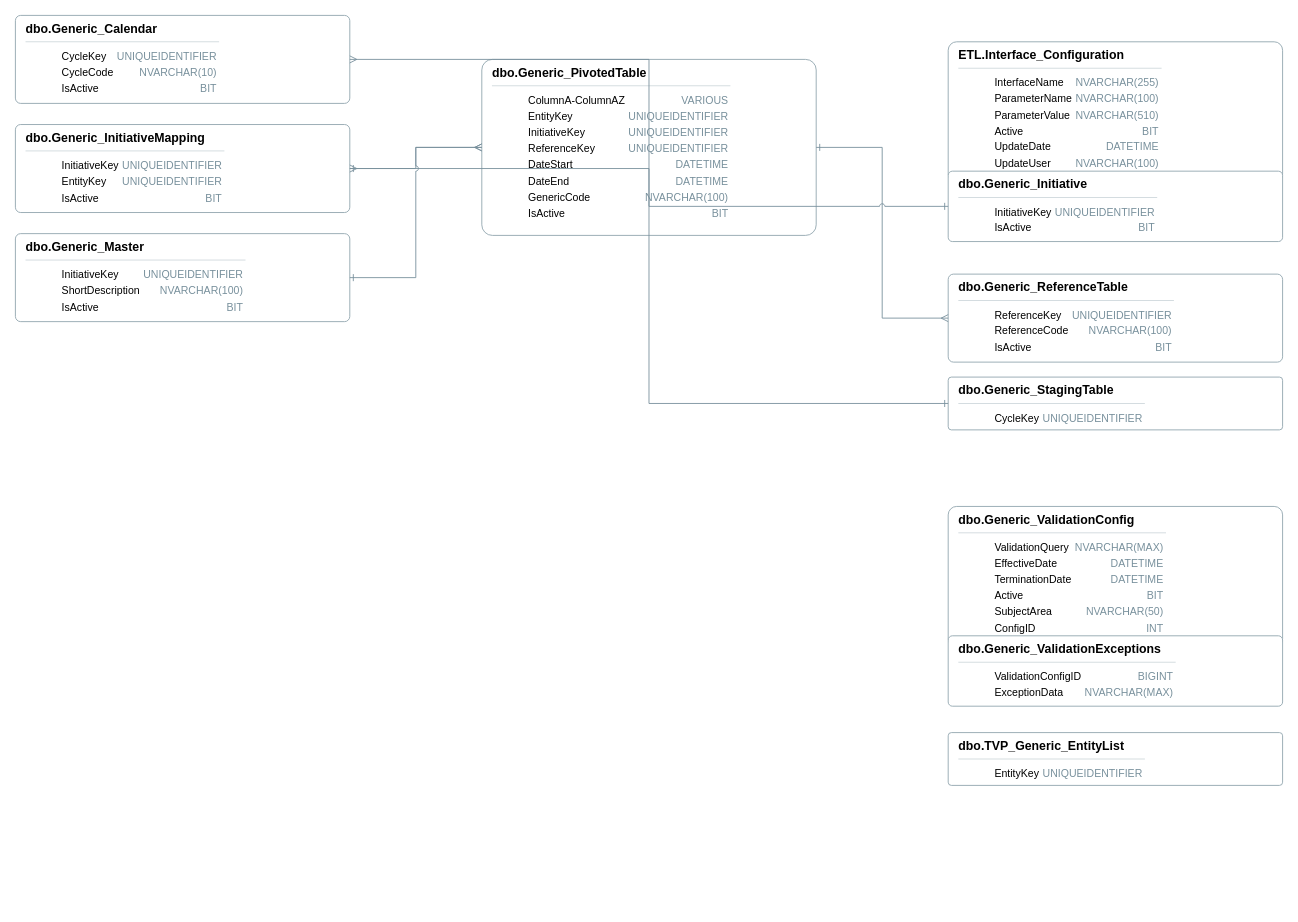
drvmuk/sdlc_genai_demo keeps this draw.io diagram as erd/ERD.drawio. Above is the earlier version. Source tidied: cells renumbered, new cells numbered last; positions are measured from the earlier drawing's top-left corner, leaving out a move shared by most shapes. Both pictures are drawn from the tidied source at 88%, with x=0, y=0 at pixel (15, 15).
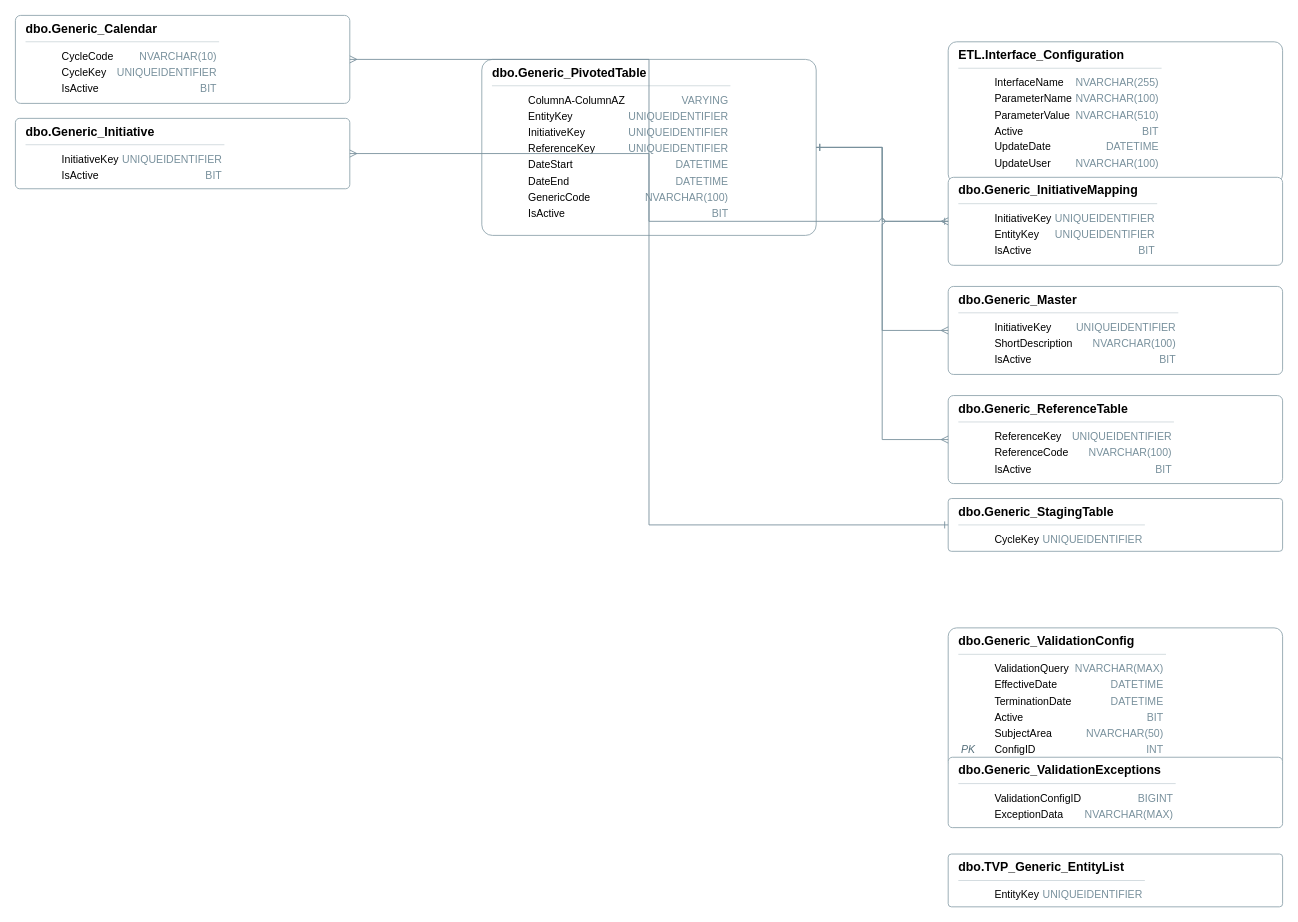
The same diagram, later.

Commit message (it also covers changes not shown here):
Upload ERD diagram (memory mode or volume mode)

The edit, as a diff of the source:
```diff
@@
 <mxGraphModel>
   <root>
     <mxCell id="0" />
     <mxCell id="1" parent="0" />
-    <mxCell id="2" value="&lt;div style='text-align:left'&gt;&lt;div style='font-weight:600;font-size:14px'&gt;dbo.Generic_ValidationConfig&lt;/div&gt;&lt;div style='border-top:1px solid #cfd8dc;margin:6px 0'&gt;&lt;/div&gt;&lt;table style='width:100%;font-size:12px'&gt;&lt;tr&gt;&lt;td style='width:34px;font-style:italic;color:#546E7A'&gt;&lt;/td&gt;&lt;td&gt;ValidationQuery&lt;/td&gt;&lt;td style='width:86px;text-align:right;color:#78909C'&gt;NVARCHAR(MAX)&lt;/td&gt;&lt;/tr&gt;&lt;tr&gt;&lt;td style='width:34px;font-style:italic;color:#546E7A'&gt;&lt;/td&gt;&lt;td&gt;EffectiveDate&lt;/td&gt;&lt;td style='width:86px;text-align:right;color:#78909C'&gt;DATETIME&lt;/td&gt;&lt;/tr&gt;&lt;tr&gt;&lt;td style='width:34px;font-style:italic;color:#546E7A'&gt;&lt;/td&gt;&lt;td&gt;TerminationDate&lt;/td&gt;&lt;td style='width:86px;text-align:right;color:#78909C'&gt;DATETIME&lt;/td&gt;&lt;/tr&gt;&lt;tr&gt;&lt;td style='width:34px;font-style:italic;color:#546E7A'&gt;&lt;/td&gt;&lt;td&gt;Active&lt;/td&gt;&lt;td style='width:86px;text-align:right;color:#78909C'&gt;BIT&lt;/td&gt;&lt;/tr&gt;&lt;tr&gt;&lt;td style='width:34px;font-style:italic;color:#546E7A'&gt;&lt;/td&gt;&lt;td&gt;SubjectArea&lt;/td&gt;&lt;td style='width:86px;text-align:right;color:#78909C'&gt;NVARCHAR(50)&lt;/td&gt;&lt;/tr&gt;&lt;tr&gt;&lt;td style='width:34px;font-style:italic;color:#546E7A'&gt;&lt;/td&gt;&lt;td&gt;ConfigID&lt;/td&gt;&lt;td style='width:86px;text-align:right;color:#78909C'&gt;INT&lt;/td&gt;&lt;/tr&gt;&lt;/table&gt;&lt;/div&gt;" style="whiteSpace=wrap;rounded=1;fillColor=#FFFFFF;strokeColor=#90A4AE;dashed=0;shape=rectangle;arcSize=6;fontSize=13;align=left;verticalAlign=top;spacingLeft=10;html=1;" parent="1" vertex="1">
-      <mxGeometry x="1060" y="558" width="380" height="160" as="geometry" />
-    </mxCell>
+    <mxCell id="18" value="&lt;div style='text-align:left'&gt;&lt;div style='font-weight:600;font-size:14px'&gt;dbo.Generic_ValidationConfig&lt;/div&gt;&lt;div style='border-top:1px solid #cfd8dc;margin:6px 0'&gt;&lt;/div&gt;&lt;table style='width:100%;font-size:12px'&gt;&lt;tr&gt;&lt;td style='width:34px;font-style:italic;color:#546E7A'&gt;&lt;/td&gt;&lt;td&gt;ValidationQuery&lt;/td&gt;&lt;td style='width:86px;text-align:right;color:#78909C'&gt;NVARCHAR(MAX)&lt;/td&gt;&lt;/tr&gt;&lt;tr&gt;&lt;td style='width:34px;font-style:italic;color:#546E7A'&gt;&lt;/td&gt;&lt;td&gt;EffectiveDate&lt;/td&gt;&lt;td style='width:86px;text-align:right;color:#78909C'&gt;DATETIME&lt;/td&gt;&lt;/tr&gt;&lt;tr&gt;&lt;td style='width:34px;font-style:italic;color:#546E7A'&gt;&lt;/td&gt;&lt;td&gt;TerminationDate&lt;/td&gt;&lt;td style='width:86px;text-align:right;color:#78909C'&gt;DATETIME&lt;/td&gt;&lt;/tr&gt;&lt;tr&gt;&lt;td style='width:34px;font-style:italic;color:#546E7A'&gt;&lt;/td&gt;&lt;td&gt;Active&lt;/td&gt;&lt;td style='width:86px;text-align:right;color:#78909C'&gt;BIT&lt;/td&gt;&lt;/tr&gt;&lt;tr&gt;&lt;td style='width:34px;font-style:italic;color:#546E7A'&gt;&lt;/td&gt;&lt;td&gt;SubjectArea&lt;/td&gt;&lt;td style='width:86px;text-align:right;color:#78909C'&gt;NVARCHAR(50)&lt;/td&gt;&lt;/tr&gt;&lt;tr&gt;&lt;td style='width:34px;font-style:italic;color:#546E7A'&gt;PK&lt;/td&gt;&lt;td&gt;ConfigID&lt;/td&gt;&lt;td style='width:86px;text-align:right;color:#78909C'&gt;INT&lt;/td&gt;&lt;/tr&gt;&lt;/table&gt;&lt;/div&gt;" style="whiteSpace=wrap;rounded=1;fillColor=#FFFFFF;strokeColor=#90A4AE;dashed=0;shape=rectangle;arcSize=6;fontSize=13;align=left;verticalAlign=top;spacingLeft=10;html=1;" parent="1" vertex="1">
+      <mxGeometry x="1060" y="696" width="380" height="160" as="geometry" />
+    </mxCell>
     <mxCell id="3" value="&lt;div style='text-align:left'&gt;&lt;div style='font-weight:600;font-size:14px'&gt;dbo.Generic_ValidationExceptions&lt;/div&gt;&lt;div style='border-top:1px solid #cfd8dc;margin:6px 0'&gt;&lt;/div&gt;&lt;table style='width:100%;font-size:12px'&gt;&lt;tr&gt;&lt;td style='width:34px;font-style:italic;color:#546E7A'&gt;&lt;/td&gt;&lt;td&gt;ValidationConfigID&lt;/td&gt;&lt;td style='width:86px;text-align:right;color:#78909C'&gt;BIGINT&lt;/td&gt;&lt;/tr&gt;&lt;tr&gt;&lt;td style='width:34px;font-style:italic;color:#546E7A'&gt;&lt;/td&gt;&lt;td&gt;ExceptionData&lt;/td&gt;&lt;td style='width:86px;text-align:right;color:#78909C'&gt;NVARCHAR(MAX)&lt;/td&gt;&lt;/tr&gt;&lt;/table&gt;&lt;/div&gt;" style="whiteSpace=wrap;rounded=1;fillColor=#FFFFFF;strokeColor=#90A4AE;dashed=0;shape=rectangle;arcSize=6;fontSize=13;align=left;verticalAlign=top;spacingLeft=10;html=1;" parent="1" vertex="1">
-      <mxGeometry x="1060" y="705" width="380" height="80" as="geometry" />
+      <mxGeometry x="1060" y="843" width="380" height="80" as="geometry" />
     </mxCell>
     <mxCell id="4" value="&lt;div style='text-align:left'&gt;&lt;div style='font-weight:600;font-size:14px'&gt;ETL.Interface_Configuration&lt;/div&gt;&lt;div style='border-top:1px solid #cfd8dc;margin:6px 0'&gt;&lt;/div&gt;&lt;table style='width:100%;font-size:12px'&gt;&lt;tr&gt;&lt;td style='width:34px;font-style:italic;color:#546E7A'&gt;&lt;/td&gt;&lt;td&gt;InterfaceName&lt;/td&gt;&lt;td style='width:86px;text-align:right;color:#78909C'&gt;NVARCHAR(255)&lt;/td&gt;&lt;/tr&gt;&lt;tr&gt;&lt;td style='width:34px;font-style:italic;color:#546E7A'&gt;&lt;/td&gt;&lt;td&gt;ParameterName&lt;/td&gt;&lt;td style='width:86px;text-align:right;color:#78909C'&gt;NVARCHAR(100)&lt;/td&gt;&lt;/tr&gt;&lt;tr&gt;&lt;td style='width:34px;font-style:italic;color:#546E7A'&gt;&lt;/td&gt;&lt;td&gt;ParameterValue&lt;/td&gt;&lt;td style='width:86px;text-align:right;color:#78909C'&gt;NVARCHAR(510)&lt;/td&gt;&lt;/tr&gt;&lt;tr&gt;&lt;td style='width:34px;font-style:italic;color:#546E7A'&gt;&lt;/td&gt;&lt;td&gt;Active&lt;/td&gt;&lt;td style='width:86px;text-align:right;color:#78909C'&gt;BIT&lt;/td&gt;&lt;/tr&gt;&lt;tr&gt;&lt;td style='width:34px;font-style:italic;color:#546E7A'&gt;&lt;/td&gt;&lt;td&gt;UpdateDate&lt;/td&gt;&lt;td style='width:86px;text-align:right;color:#78909C'&gt;DATETIME&lt;/td&gt;&lt;/tr&gt;&lt;tr&gt;&lt;td style='width:34px;font-style:italic;color:#546E7A'&gt;&lt;/td&gt;&lt;td&gt;UpdateUser&lt;/td&gt;&lt;td style='width:86px;text-align:right;color:#78909C'&gt;NVARCHAR(100)&lt;/td&gt;&lt;/tr&gt;&lt;/table&gt;&lt;/div&gt;" style="whiteSpace=wrap;rounded=1;fillColor=#FFFFFF;strokeColor=#90A4AE;dashed=0;shape=rectangle;arcSize=6;fontSize=13;align=left;verticalAlign=top;spacingLeft=10;html=1;" parent="1" vertex="1">
       <mxGeometry x="1060" y="30" width="380" height="160" as="geometry" />
     </mxCell>
     <mxCell id="5" value="&lt;div style='text-align:left'&gt;&lt;div style='font-weight:600;font-size:14px'&gt;dbo.Generic_StagingTable&lt;/div&gt;&lt;div style='border-top:1px solid #cfd8dc;margin:6px 0'&gt;&lt;/div&gt;&lt;table style='width:100%;font-size:12px'&gt;&lt;tr&gt;&lt;td style='width:34px;font-style:italic;color:#546E7A'&gt;&lt;/td&gt;&lt;td&gt;CycleKey&lt;/td&gt;&lt;td style='width:86px;text-align:right;color:#78909C'&gt;UNIQUEIDENTIFIER&lt;/td&gt;&lt;/tr&gt;&lt;/table&gt;&lt;/div&gt;" style="whiteSpace=wrap;rounded=1;fillColor=#FFFFFF;strokeColor=#90A4AE;dashed=0;shape=rectangle;arcSize=6;fontSize=13;align=left;verticalAlign=top;spacingLeft=10;portConstraint=eastwest;html=1;" parent="1" vertex="1">
-      <mxGeometry x="1060" y="411" width="380" height="60" as="geometry" />
+      <mxGeometry x="1060" y="549" width="380" height="60" as="geometry" />
     </mxCell>
-    <mxCell id="6" value="&lt;div style='text-align:left'&gt;&lt;div style='font-weight:600;font-size:14px'&gt;dbo.Generic_Calendar&lt;/div&gt;&lt;div style='border-top:1px solid #cfd8dc;margin:6px 0'&gt;&lt;/div&gt;&lt;table style='width:100%;font-size:12px'&gt;&lt;tr&gt;&lt;td style='width:34px;font-style:italic;color:#546E7A'&gt;&lt;/td&gt;&lt;td&gt;CycleKey&lt;/td&gt;&lt;td style='width:86px;text-align:right;color:#78909C'&gt;UNIQUEIDENTIFIER&lt;/td&gt;&lt;/tr&gt;&lt;tr&gt;&lt;td style='width:34px;font-style:italic;color:#546E7A'&gt;&lt;/td&gt;&lt;td&gt;CycleCode&lt;/td&gt;&lt;td style='width:86px;text-align:right;color:#78909C'&gt;NVARCHAR(10)&lt;/td&gt;&lt;/tr&gt;&lt;tr&gt;&lt;td style='width:34px;font-style:italic;color:#546E7A'&gt;&lt;/td&gt;&lt;td&gt;IsActive&lt;/td&gt;&lt;td style='width:86px;text-align:right;color:#78909C'&gt;BIT&lt;/td&gt;&lt;/tr&gt;&lt;/table&gt;&lt;/div&gt;" style="whiteSpace=wrap;rounded=1;fillColor=#FFFFFF;strokeColor=#90A4AE;dashed=0;shape=rectangle;arcSize=6;fontSize=13;align=left;verticalAlign=top;spacingLeft=10;portConstraint=eastwest;html=1;" parent="1" vertex="1">
-      <mxGeometry width="380" height="100" as="geometry" />
-    </mxCell>
-    <mxCell id="7" value="&lt;div style='text-align:left'&gt;&lt;div style='font-weight:600;font-size:14px'&gt;dbo.Generic_PivotedTable&lt;/div&gt;&lt;div style='border-top:1px solid #cfd8dc;margin:6px 0'&gt;&lt;/div&gt;&lt;table style='width:100%;font-size:12px'&gt;&lt;tr&gt;&lt;td style='width:34px;font-style:italic;color:#546E7A'&gt;&lt;/td&gt;&lt;td&gt;ColumnA-ColumnAZ&lt;/td&gt;&lt;td style='width:86px;text-align:right;color:#78909C'&gt;VARIOUS&lt;/td&gt;&lt;/tr&gt;&lt;tr&gt;&lt;td style='width:34px;font-style:italic;color:#546E7A'&gt;&lt;/td&gt;&lt;td&gt;EntityKey&lt;/td&gt;&lt;td style='width:86px;text-align:right;color:#78909C'&gt;UNIQUEIDENTIFIER&lt;/td&gt;&lt;/tr&gt;&lt;tr&gt;&lt;td style='width:34px;font-style:italic;color:#546E7A'&gt;&lt;/td&gt;&lt;td&gt;InitiativeKey&lt;/td&gt;&lt;td style='width:86px;text-align:right;color:#78909C'&gt;UNIQUEIDENTIFIER&lt;/td&gt;&lt;/tr&gt;&lt;tr&gt;&lt;td style='width:34px;font-style:italic;color:#546E7A'&gt;&lt;/td&gt;&lt;td&gt;ReferenceKey&lt;/td&gt;&lt;td style='width:86px;text-align:right;color:#78909C'&gt;UNIQUEIDENTIFIER&lt;/td&gt;&lt;/tr&gt;&lt;tr&gt;&lt;td style='width:34px;font-style:italic;color:#546E7A'&gt;&lt;/td&gt;&lt;td&gt;DateStart&lt;/td&gt;&lt;td style='width:86px;text-align:right;color:#78909C'&gt;DATETIME&lt;/td&gt;&lt;/tr&gt;&lt;tr&gt;&lt;td style='width:34px;font-style:italic;color:#546E7A'&gt;&lt;/td&gt;&lt;td&gt;DateEnd&lt;/td&gt;&lt;td style='width:86px;text-align:right;color:#78909C'&gt;DATETIME&lt;/td&gt;&lt;/tr&gt;&lt;tr&gt;&lt;td style='width:34px;font-style:italic;color:#546E7A'&gt;&lt;/td&gt;&lt;td&gt;GenericCode&lt;/td&gt;&lt;td style='width:86px;text-align:right;color:#78909C'&gt;NVARCHAR(100)&lt;/td&gt;&lt;/tr&gt;&lt;tr&gt;&lt;td style='width:34px;font-style:italic;color:#546E7A'&gt;&lt;/td&gt;&lt;td&gt;IsActive&lt;/td&gt;&lt;td style='width:86px;text-align:right;color:#78909C'&gt;BIT&lt;/td&gt;&lt;/tr&gt;&lt;/table&gt;&lt;/div&gt;" style="whiteSpace=wrap;rounded=1;fillColor=#FFFFFF;strokeColor=#90A4AE;dashed=0;shape=rectangle;arcSize=6;fontSize=13;align=left;verticalAlign=top;spacingLeft=10;portConstraint=eastwest;html=1;" parent="1" vertex="1">
-      <mxGeometry x="530" y="50" width="380" height="200" as="geometry" />
-    </mxCell>
+    <mxCell id="19" value="&lt;div style='text-align:left'&gt;&lt;div style='font-weight:600;font-size:14px'&gt;dbo.Generic_Calendar&lt;/div&gt;&lt;div style='border-top:1px solid #cfd8dc;margin:6px 0'&gt;&lt;/div&gt;&lt;table style='width:100%;font-size:12px'&gt;&lt;tr&gt;&lt;td style='width:34px;font-style:italic;color:#546E7A'&gt;&lt;/td&gt;&lt;td&gt;CycleCode&lt;/td&gt;&lt;td style='width:86px;text-align:right;color:#78909C'&gt;NVARCHAR(10)&lt;/td&gt;&lt;/tr&gt;&lt;tr&gt;&lt;td style='width:34px;font-style:italic;color:#546E7A'&gt;&lt;/td&gt;&lt;td&gt;CycleKey&lt;/td&gt;&lt;td style='width:86px;text-align:right;color:#78909C'&gt;UNIQUEIDENTIFIER&lt;/td&gt;&lt;/tr&gt;&lt;tr&gt;&lt;td style='width:34px;font-style:italic;color:#546E7A'&gt;&lt;/td&gt;&lt;td&gt;IsActive&lt;/td&gt;&lt;td style='width:86px;text-align:right;color:#78909C'&gt;BIT&lt;/td&gt;&lt;/tr&gt;&lt;/table&gt;&lt;/div&gt;" style="whiteSpace=wrap;rounded=1;fillColor=#FFFFFF;strokeColor=#90A4AE;dashed=0;shape=rectangle;arcSize=6;fontSize=13;align=left;verticalAlign=top;spacingLeft=10;portConstraint=eastwest;html=1;" parent="1" vertex="1">
+      <mxGeometry width="380" height="100" as="geometry" />
+    </mxCell>
+    <mxCell id="20" value="&lt;div style='text-align:left'&gt;&lt;div style='font-weight:600;font-size:14px'&gt;dbo.Generic_PivotedTable&lt;/div&gt;&lt;div style='border-top:1px solid #cfd8dc;margin:6px 0'&gt;&lt;/div&gt;&lt;table style='width:100%;font-size:12px'&gt;&lt;tr&gt;&lt;td style='width:34px;font-style:italic;color:#546E7A'&gt;&lt;/td&gt;&lt;td&gt;ColumnA-ColumnAZ&lt;/td&gt;&lt;td style='width:86px;text-align:right;color:#78909C'&gt;VARYING&lt;/td&gt;&lt;/tr&gt;&lt;tr&gt;&lt;td style='width:34px;font-style:italic;color:#546E7A'&gt;&lt;/td&gt;&lt;td&gt;EntityKey&lt;/td&gt;&lt;td style='width:86px;text-align:right;color:#78909C'&gt;UNIQUEIDENTIFIER&lt;/td&gt;&lt;/tr&gt;&lt;tr&gt;&lt;td style='width:34px;font-style:italic;color:#546E7A'&gt;&lt;/td&gt;&lt;td&gt;InitiativeKey&lt;/td&gt;&lt;td style='width:86px;text-align:right;color:#78909C'&gt;UNIQUEIDENTIFIER&lt;/td&gt;&lt;/tr&gt;&lt;tr&gt;&lt;td style='width:34px;font-style:italic;color:#546E7A'&gt;&lt;/td&gt;&lt;td&gt;ReferenceKey&lt;/td&gt;&lt;td style='width:86px;text-align:right;color:#78909C'&gt;UNIQUEIDENTIFIER&lt;/td&gt;&lt;/tr&gt;&lt;tr&gt;&lt;td style='width:34px;font-style:italic;color:#546E7A'&gt;&lt;/td&gt;&lt;td&gt;DateStart&lt;/td&gt;&lt;td style='width:86px;text-align:right;color:#78909C'&gt;DATETIME&lt;/td&gt;&lt;/tr&gt;&lt;tr&gt;&lt;td style='width:34px;font-style:italic;color:#546E7A'&gt;&lt;/td&gt;&lt;td&gt;DateEnd&lt;/td&gt;&lt;td style='width:86px;text-align:right;color:#78909C'&gt;DATETIME&lt;/td&gt;&lt;/tr&gt;&lt;tr&gt;&lt;td style='width:34px;font-style:italic;color:#546E7A'&gt;&lt;/td&gt;&lt;td&gt;GenericCode&lt;/td&gt;&lt;td style='width:86px;text-align:right;color:#78909C'&gt;NVARCHAR(100)&lt;/td&gt;&lt;/tr&gt;&lt;tr&gt;&lt;td style='width:34px;font-style:italic;color:#546E7A'&gt;&lt;/td&gt;&lt;td&gt;IsActive&lt;/td&gt;&lt;td style='width:86px;text-align:right;color:#78909C'&gt;BIT&lt;/td&gt;&lt;/tr&gt;&lt;/table&gt;&lt;/div&gt;" style="whiteSpace=wrap;rounded=1;fillColor=#FFFFFF;strokeColor=#90A4AE;dashed=0;shape=rectangle;arcSize=6;fontSize=13;align=left;verticalAlign=top;spacingLeft=10;portConstraint=eastwest;html=1;" parent="1" vertex="1">
+      <mxGeometry x="530" y="50" width="380" height="200" as="geometry" />
+    </mxCell>
     <mxCell id="8" value="&lt;div style='text-align:left'&gt;&lt;div style='font-weight:600;font-size:14px'&gt;dbo.Generic_ReferenceTable&lt;/div&gt;&lt;div style='border-top:1px solid #cfd8dc;margin:6px 0'&gt;&lt;/div&gt;&lt;table style='width:100%;font-size:12px'&gt;&lt;tr&gt;&lt;td style='width:34px;font-style:italic;color:#546E7A'&gt;&lt;/td&gt;&lt;td&gt;ReferenceKey&lt;/td&gt;&lt;td style='width:86px;text-align:right;color:#78909C'&gt;UNIQUEIDENTIFIER&lt;/td&gt;&lt;/tr&gt;&lt;tr&gt;&lt;td style='width:34px;font-style:italic;color:#546E7A'&gt;&lt;/td&gt;&lt;td&gt;ReferenceCode&lt;/td&gt;&lt;td style='width:86px;text-align:right;color:#78909C'&gt;NVARCHAR(100)&lt;/td&gt;&lt;/tr&gt;&lt;tr&gt;&lt;td style='width:34px;font-style:italic;color:#546E7A'&gt;&lt;/td&gt;&lt;td&gt;IsActive&lt;/td&gt;&lt;td style='width:86px;text-align:right;color:#78909C'&gt;BIT&lt;/td&gt;&lt;/tr&gt;&lt;/table&gt;&lt;/div&gt;" style="whiteSpace=wrap;rounded=1;fillColor=#FFFFFF;strokeColor=#90A4AE;dashed=0;shape=rectangle;arcSize=6;fontSize=13;align=left;verticalAlign=top;spacingLeft=10;portConstraint=eastwest;html=1;" parent="1" vertex="1">
-      <mxGeometry x="1060" y="294" width="380" height="100" as="geometry" />
+      <mxGeometry x="1060" y="432" width="380" height="100" as="geometry" />
     </mxCell>
     <mxCell id="9" value="&lt;div style='text-align:left'&gt;&lt;div style='font-weight:600;font-size:14px'&gt;dbo.Generic_Initiative&lt;/div&gt;&lt;div style='border-top:1px solid #cfd8dc;margin:6px 0'&gt;&lt;/div&gt;&lt;table style='width:100%;font-size:12px'&gt;&lt;tr&gt;&lt;td style='width:34px;font-style:italic;color:#546E7A'&gt;&lt;/td&gt;&lt;td&gt;InitiativeKey&lt;/td&gt;&lt;td style='width:86px;text-align:right;color:#78909C'&gt;UNIQUEIDENTIFIER&lt;/td&gt;&lt;/tr&gt;&lt;tr&gt;&lt;td style='width:34px;font-style:italic;color:#546E7A'&gt;&lt;/td&gt;&lt;td&gt;IsActive&lt;/td&gt;&lt;td style='width:86px;text-align:right;color:#78909C'&gt;BIT&lt;/td&gt;&lt;/tr&gt;&lt;/table&gt;&lt;/div&gt;" style="whiteSpace=wrap;rounded=1;fillColor=#FFFFFF;strokeColor=#90A4AE;dashed=0;shape=rectangle;arcSize=6;fontSize=13;align=left;verticalAlign=top;spacingLeft=10;portConstraint=eastwest;html=1;" parent="1" vertex="1">
-      <mxGeometry x="1060" y="177" width="380" height="80" as="geometry" />
+      <mxGeometry y="117" width="380" height="80" as="geometry" />
     </mxCell>
     <mxCell id="10" value="&lt;div style='text-align:left'&gt;&lt;div style='font-weight:600;font-size:14px'&gt;dbo.Generic_InitiativeMapping&lt;/div&gt;&lt;div style='border-top:1px solid #cfd8dc;margin:6px 0'&gt;&lt;/div&gt;&lt;table style='width:100%;font-size:12px'&gt;&lt;tr&gt;&lt;td style='width:34px;font-style:italic;color:#546E7A'&gt;&lt;/td&gt;&lt;td&gt;InitiativeKey&lt;/td&gt;&lt;td style='width:86px;text-align:right;color:#78909C'&gt;UNIQUEIDENTIFIER&lt;/td&gt;&lt;/tr&gt;&lt;tr&gt;&lt;td style='width:34px;font-style:italic;color:#546E7A'&gt;&lt;/td&gt;&lt;td&gt;EntityKey&lt;/td&gt;&lt;td style='width:86px;text-align:right;color:#78909C'&gt;UNIQUEIDENTIFIER&lt;/td&gt;&lt;/tr&gt;&lt;tr&gt;&lt;td style='width:34px;font-style:italic;color:#546E7A'&gt;&lt;/td&gt;&lt;td&gt;IsActive&lt;/td&gt;&lt;td style='width:86px;text-align:right;color:#78909C'&gt;BIT&lt;/td&gt;&lt;/tr&gt;&lt;/table&gt;&lt;/div&gt;" style="whiteSpace=wrap;rounded=1;fillColor=#FFFFFF;strokeColor=#90A4AE;dashed=0;shape=rectangle;arcSize=6;fontSize=13;align=left;verticalAlign=top;spacingLeft=10;portConstraint=eastwest;html=1;" parent="1" vertex="1">
-      <mxGeometry y="124" width="380" height="100" as="geometry" />
+      <mxGeometry x="1060" y="184" width="380" height="100" as="geometry" />
     </mxCell>
     <mxCell id="11" value="&lt;div style='text-align:left'&gt;&lt;div style='font-weight:600;font-size:14px'&gt;dbo.Generic_Master&lt;/div&gt;&lt;div style='border-top:1px solid #cfd8dc;margin:6px 0'&gt;&lt;/div&gt;&lt;table style='width:100%;font-size:12px'&gt;&lt;tr&gt;&lt;td style='width:34px;font-style:italic;color:#546E7A'&gt;&lt;/td&gt;&lt;td&gt;InitiativeKey&lt;/td&gt;&lt;td style='width:86px;text-align:right;color:#78909C'&gt;UNIQUEIDENTIFIER&lt;/td&gt;&lt;/tr&gt;&lt;tr&gt;&lt;td style='width:34px;font-style:italic;color:#546E7A'&gt;&lt;/td&gt;&lt;td&gt;ShortDescription&lt;/td&gt;&lt;td style='width:86px;text-align:right;color:#78909C'&gt;NVARCHAR(100)&lt;/td&gt;&lt;/tr&gt;&lt;tr&gt;&lt;td style='width:34px;font-style:italic;color:#546E7A'&gt;&lt;/td&gt;&lt;td&gt;IsActive&lt;/td&gt;&lt;td style='width:86px;text-align:right;color:#78909C'&gt;BIT&lt;/td&gt;&lt;/tr&gt;&lt;/table&gt;&lt;/div&gt;" style="whiteSpace=wrap;rounded=1;fillColor=#FFFFFF;strokeColor=#90A4AE;dashed=0;shape=rectangle;arcSize=6;fontSize=13;align=left;verticalAlign=top;spacingLeft=10;portConstraint=eastwest;html=1;" parent="1" vertex="1">
-      <mxGeometry y="248" width="380" height="100" as="geometry" />
+      <mxGeometry x="1060" y="308" width="380" height="100" as="geometry" />
     </mxCell>
     <mxCell id="12" value="&lt;div style='text-align:left'&gt;&lt;div style='font-weight:600;font-size:14px'&gt;dbo.TVP_Generic_EntityList&lt;/div&gt;&lt;div style='border-top:1px solid #cfd8dc;margin:6px 0'&gt;&lt;/div&gt;&lt;table style='width:100%;font-size:12px'&gt;&lt;tr&gt;&lt;td style='width:34px;font-style:italic;color:#546E7A'&gt;&lt;/td&gt;&lt;td&gt;EntityKey&lt;/td&gt;&lt;td style='width:86px;text-align:right;color:#78909C'&gt;UNIQUEIDENTIFIER&lt;/td&gt;&lt;/tr&gt;&lt;/table&gt;&lt;/div&gt;" style="whiteSpace=wrap;rounded=1;fillColor=#FFFFFF;strokeColor=#90A4AE;dashed=0;shape=rectangle;arcSize=6;fontSize=13;align=left;verticalAlign=top;spacingLeft=10;html=1;" parent="1" vertex="1">
-      <mxGeometry x="1060" y="815" width="380" height="60" as="geometry" />
+      <mxGeometry x="1060" y="953" width="380" height="60" as="geometry" />
     </mxCell>
-    <mxCell id="13" style="edgeStyle=orthogonalEdgeStyle;rounded=0;jettySize=auto;startArrow=ERone;endArrow=ERmany;strokeColor=#78909C;jumpStyle=arc;jumpSize=6;" parent="1" edge="1" source="5" target="6">
-      <mxGeometry relative="1" as="geometry" />
-    </mxCell>
-    <mxCell id="14" style="edgeStyle=orthogonalEdgeStyle;rounded=0;jettySize=auto;startArrow=ERone;endArrow=ERmany;strokeColor=#78909C;jumpStyle=arc;jumpSize=6;" parent="1" edge="1" source="7" target="8">
-      <mxGeometry relative="1" as="geometry" />
-    </mxCell>
-    <mxCell id="15" style="edgeStyle=orthogonalEdgeStyle;rounded=0;jettySize=auto;startArrow=ERone;endArrow=ERmany;strokeColor=#78909C;jumpStyle=arc;jumpSize=6;" parent="1" edge="1" source="10" target="7">
-      <mxGeometry relative="1" as="geometry" />
-    </mxCell>
-    <mxCell id="16" style="edgeStyle=orthogonalEdgeStyle;rounded=0;jettySize=auto;startArrow=ERone;endArrow=ERmany;strokeColor=#78909C;jumpStyle=arc;jumpSize=6;" parent="1" edge="1" source="9" target="10">
-      <mxGeometry relative="1" as="geometry" />
-    </mxCell>
-    <mxCell id="17" style="edgeStyle=orthogonalEdgeStyle;rounded=0;jettySize=auto;startArrow=ERone;endArrow=ERmany;strokeColor=#78909C;jumpStyle=arc;jumpSize=6;" parent="1" edge="1" source="11" target="7">
-      <mxGeometry relative="1" as="geometry" />
-    </mxCell>
+    <mxCell id="21" style="edgeStyle=orthogonalEdgeStyle;rounded=0;jettySize=auto;startArrow=ERone;endArrow=ERmany;strokeColor=#78909C;jumpStyle=arc;jumpSize=6;" parent="1" edge="1" source="5" target="19">
+      <mxGeometry relative="1" as="geometry" />
+    </mxCell>
+    <mxCell id="22" style="edgeStyle=orthogonalEdgeStyle;rounded=0;jettySize=auto;startArrow=ERone;endArrow=ERmany;strokeColor=#78909C;jumpStyle=arc;jumpSize=6;" parent="1" edge="1" source="20" target="8">
+      <mxGeometry relative="1" as="geometry" />
+    </mxCell>
+    <mxCell id="23" style="edgeStyle=orthogonalEdgeStyle;rounded=0;jettySize=auto;startArrow=ERone;endArrow=ERmany;strokeColor=#78909C;jumpStyle=arc;jumpSize=6;" parent="1" edge="1" source="20" target="10">
+      <mxGeometry relative="1" as="geometry" />
+    </mxCell>
+    <mxCell id="24" style="edgeStyle=orthogonalEdgeStyle;rounded=0;jettySize=auto;startArrow=ERone;endArrow=ERmany;strokeColor=#78909C;jumpStyle=arc;jumpSize=6;" parent="1" edge="1" source="10" target="9">
+      <mxGeometry relative="1" as="geometry" />
+    </mxCell>
+    <mxCell id="25" style="edgeStyle=orthogonalEdgeStyle;rounded=0;jettySize=auto;startArrow=ERone;endArrow=ERmany;strokeColor=#78909C;jumpStyle=arc;jumpSize=6;" parent="1" edge="1" source="20" target="11">
+      <mxGeometry relative="1" as="geometry" />
+    </mxCell>
   </root>
 </mxGraphModel>
```
